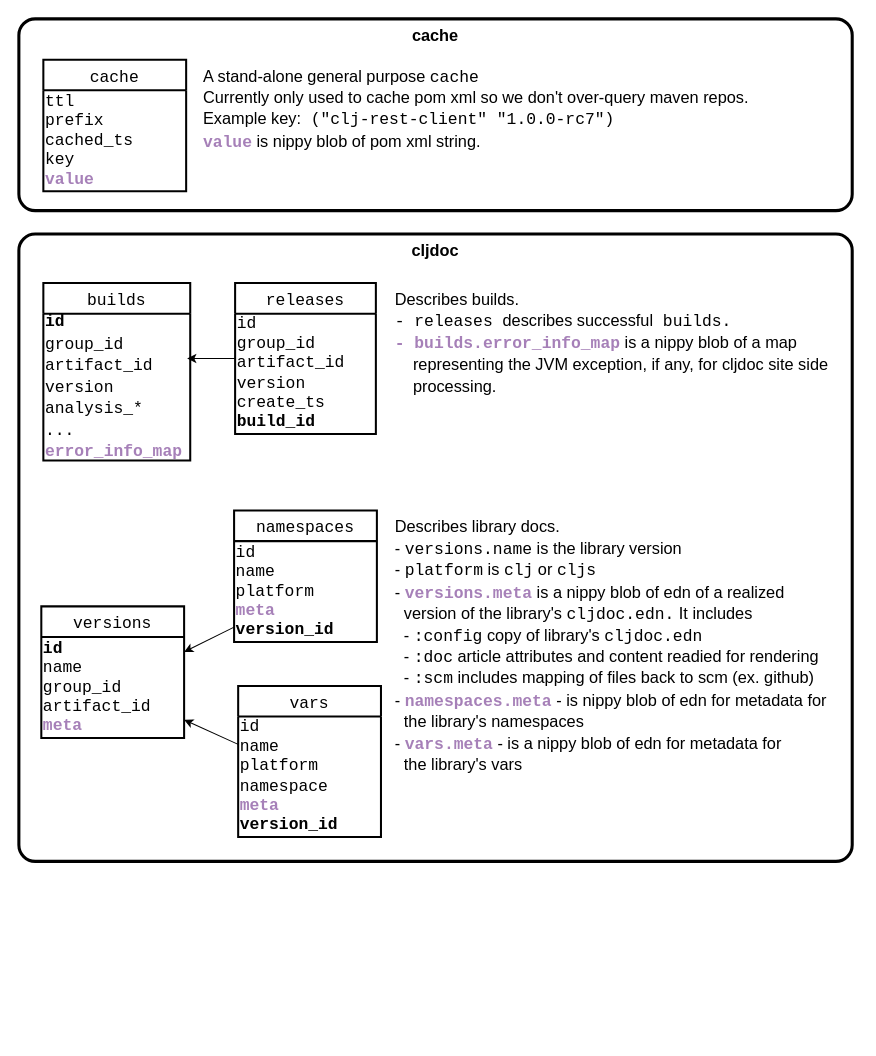
This is doc/database-overview.drawio from cljdoc/cljdoc, a draw.io file, before an edit. Source tidied: cells renumbered, new cells numbered last; positions are measured from the earlier drawing's top-left corner, leaving out a move shared by most shapes. Both pictures are drawn from the tidied source at 102%, with x=0, y=0 at pixel (18, 18).
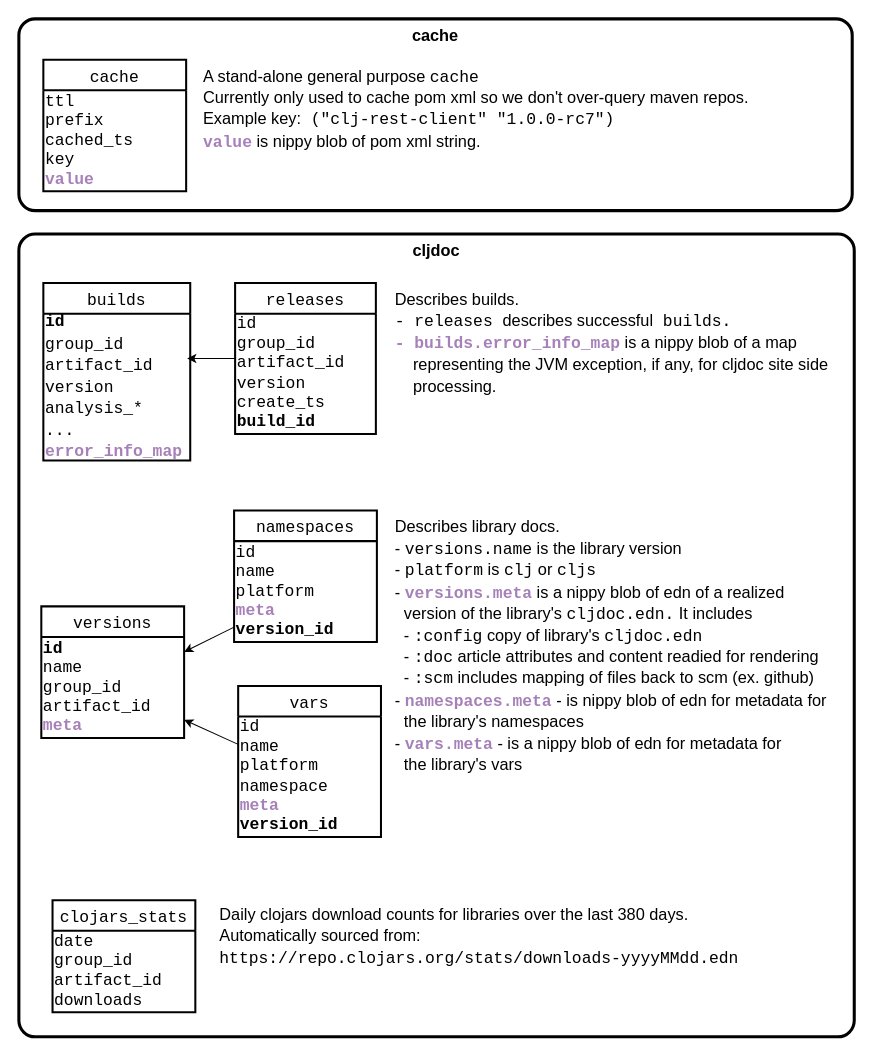
The same page after the edit.

Commit message (it also covers changes not shown here):
Refinements to libraries search:

Diff of the diagram source:
```diff
@@
     <mxCell id="2" value="&lt;font style=&quot;font-size: 16px&quot;&gt;&lt;b&gt;cljdoc&lt;/b&gt;&lt;/font&gt;" style="rounded=1;whiteSpace=wrap;html=1;align=center;verticalAlign=top;absoluteArcSize=1;arcSize=32;imageHeight=24;strokeWidth=3;" parent="1" vertex="1">
-      <mxGeometry y="211" width="817" height="615" as="geometry" />
+      <mxGeometry y="211" width="819" height="787" as="geometry" />
     </mxCell>
@@
+    <mxCell id="22" value="clojars_stats" style="swimlane;fontStyle=0;horizontal=1;startSize=30;fontFamily=Courier New;fontSize=16;strokeWidth=2;" parent="1" vertex="1">
+      <mxGeometry x="33" y="864" width="140" height="110" as="geometry" />
+    </mxCell>
+    <mxCell id="23" value="&lt;font color=&quot;#000000&quot;&gt;date&lt;br&gt;group_id&lt;br&gt;artifact_id&lt;br&gt;downloads&lt;br&gt;&lt;/font&gt;" style="text;html=1;align=left;verticalAlign=middle;strokeColor=none;fillColor=none;fontSize=16;fontFamily=Courier New;fontColor=#A680B8;" parent="22" vertex="1">
+      <mxGeometry y="30" width="140" height="80" as="geometry" />
+    </mxCell>
+    <mxCell id="24" value="&lt;font face=&quot;Helvetica&quot;&gt;Daily clojars download counts for libraries over the last 380 days.&lt;br&gt;Automatically sourced from:&lt;br&gt;&lt;/font&gt;&lt;span&gt;https://repo.clojars.org/stats/downloads-yyyyMMdd.edn&lt;/span&gt;&lt;font face=&quot;Helvetica&quot;&gt;&lt;br&gt;&lt;/font&gt;" style="text;html=1;strokeColor=none;fillColor=none;align=left;verticalAlign=top;whiteSpace=wrap;rounded=0;fontFamily=Courier New;fontSize=16;" parent="1" vertex="1">
+      <mxGeometry x="195" y="862" width="551" height="81" as="geometry" />
+    </mxCell>
```
